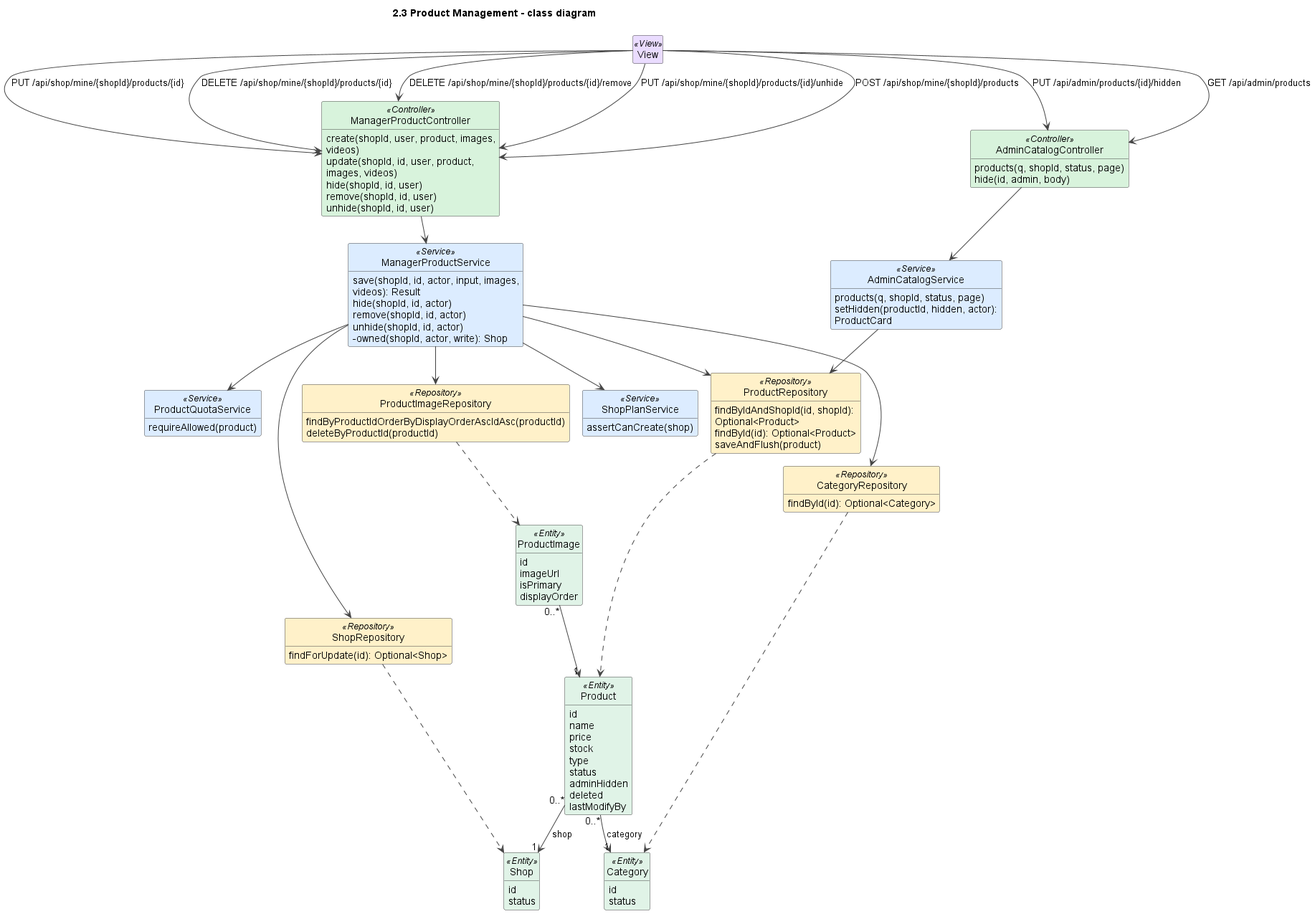
Above: docs/sds/2.3-product-crud-class.png in duckpao/FlowerShop_SWP391 (PlantUML), before the change.
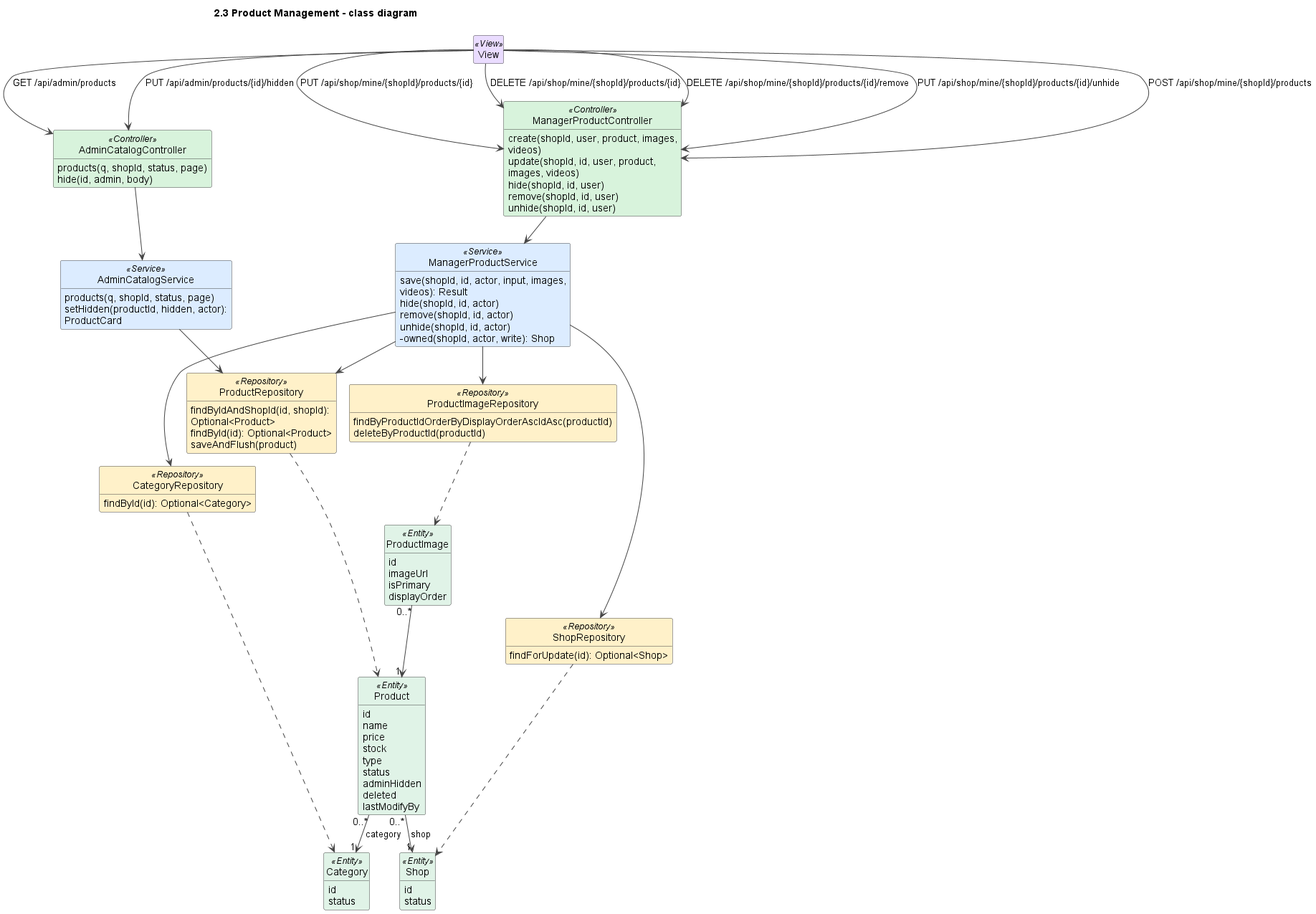
Later version of the same file.

Change to the diagram source:
```diff
@@ -44,12 +44,6 @@
 class AdminCatalogService <<Service>> {
   products(q, shopId, status, page)
   setHidden(productId, hidden, actor): ProductCard
-}
-class ProductQuotaService <<Service>> {
-  requireAllowed(product)
-}
-class ShopPlanService <<Service>> {
-  assertCanCreate(shop)
 }
 class ProductRepository <<Repository>> {
   findByIdAndShopId(id, shopId): Optional<Product>
@@ -101,8 +95,6 @@
 View --> AdminCatalogController : PUT /api/admin/products/{id}/hidden
 ManagerProductController --> ManagerProductService
 AdminCatalogController --> AdminCatalogService
-ManagerProductService --> ProductQuotaService
-ManagerProductService --> ShopPlanService
 ManagerProductService --> ProductRepository
 ManagerProductService --> ProductImageRepository
 ManagerProductService --> CategoryRepository
```
